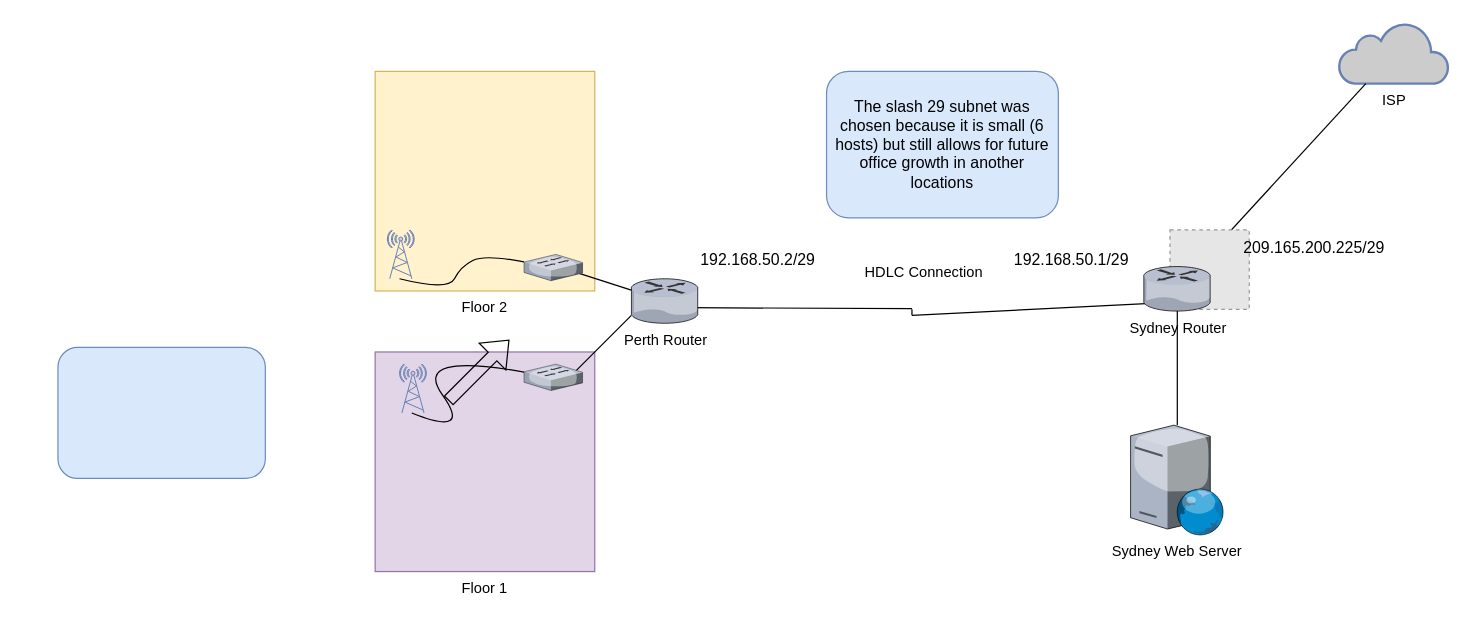
Earlier version of the draw.io diagram Case Study Diagram v1.drawio (TechWiz-3/Network-Diagrams). Source tidied: cells renumbered, new cells numbered last; positions are measured from the earlier drawing's top-left corner, leaving out a move shared by most shapes. Both pictures are drawn from the tidied source at 122%, with x=0, y=0 at pixel (57, 22). Pictures stored in the file or linked from it are replaced by grey dashed boxes.
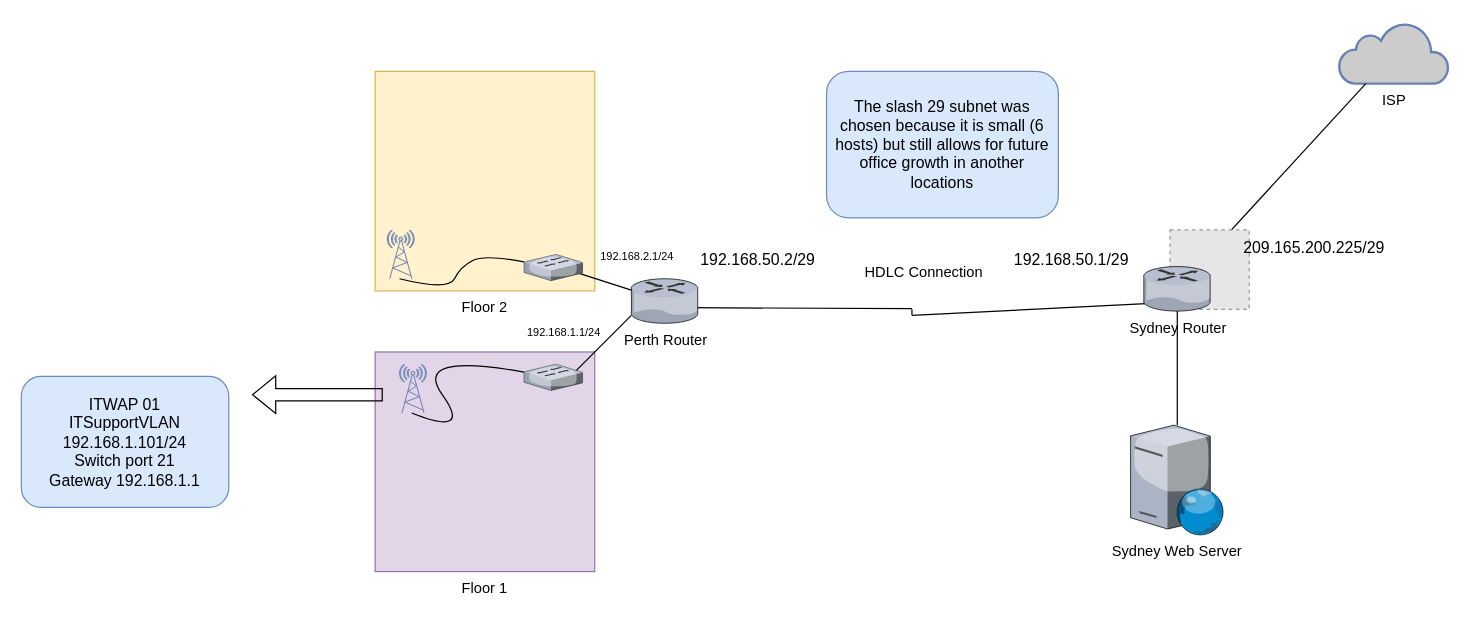
The same diagram, later.

Diff of the diagram source:
```diff
@@
-    <mxCell id="29" style="rounded=1;whiteSpace=wrap;html=1;fontSize=13;strokeColor=#6c8ebf;fillColor=#dae8fc;" parent="1" vertex="1">
-      <mxGeometry y="266.3" width="170" height="107.4" as="geometry" />
+    <mxCell id="29" value="ITWAP 01&lt;br&gt;&lt;div&gt;ITSupportVLAN&lt;/div&gt;&lt;div&gt;192.168.1.101/24&lt;/div&gt;&lt;div&gt;Switch port 21&lt;/div&gt;&lt;div&gt;Gateway 192.168.1.1&lt;br&gt;&lt;/div&gt;" style="rounded=1;whiteSpace=wrap;html=1;fontSize=13;strokeColor=#6c8ebf;fillColor=#dae8fc;" parent="1" vertex="1">
+      <mxGeometry x="-30" y="290" width="170" height="107.4" as="geometry" />
     </mxCell>
-    <mxCell id="30" style="shape=flexArrow;endArrow=classic;html=1;rounded=0;fontSize=13;fontColor=#000000;" parent="1" edge="1">
+    <mxCell id="30" style="shape=flexArrow;endArrow=classic;html=1;rounded=0;fontSize=13;fontColor=#000000;exitX=0.33;exitY=0.5;exitDx=0;exitDy=0;exitPerimeter=0;" parent="1" edge="1">
       <mxGeometry relative="1" as="geometry">
-        <mxPoint x="320" y="310" as="sourcePoint" />
-        <mxPoint x="370" y="260" as="targetPoint" />
+        <mxPoint x="266.3" y="305" as="sourcePoint" />
+        <mxPoint x="159" y="305" as="targetPoint" />
       </mxGeometry>
     </mxCell>
+    <mxCell id="31" value="&lt;font style=&quot;font-size: 9px&quot;&gt;192.168.1.1/24&lt;/font&gt;" style="text;html=1;strokeColor=none;fillColor=none;align=center;verticalAlign=middle;whiteSpace=wrap;rounded=0;fontSize=13;fontColor=#000000;" parent="1" vertex="1">
+      <mxGeometry x="400" y="246.5" width="30" height="10" as="geometry" />
+    </mxCell>
+    <mxCell id="32" value="&lt;font style=&quot;font-size: 9px&quot;&gt;192.168.2.1/24&lt;/font&gt;" style="text;html=1;strokeColor=none;fillColor=none;align=center;verticalAlign=middle;whiteSpace=wrap;rounded=0;fontSize=13;fontColor=#000000;" parent="1" vertex="1">
+      <mxGeometry x="460" y="185" width="30" height="10" as="geometry" />
+    </mxCell>
```
